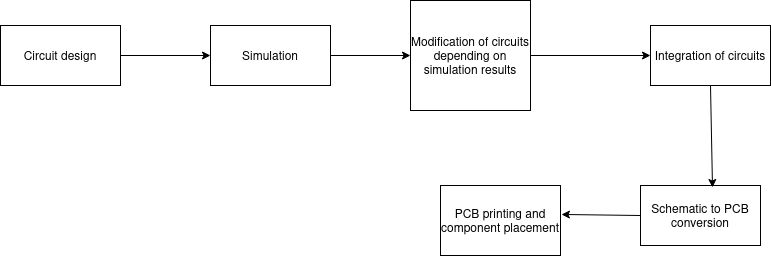
This is Untitled_Diagram.drawio.png from achieng65/alx-system_engineering-devops, a draw.io export, as it was before one commit. Source tidied: cells renumbered, new cells last; positions are measured from the earlier drawing's top-left corner, leaving out a move shared by most shapes.
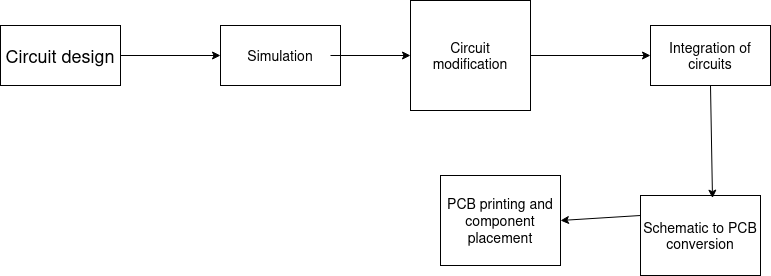
Later version of the same file.

Diff of the diagram source:
```diff
@@ -2,17 +2,17 @@
   <root>
     <mxCell id="0" />
     <mxCell id="1" parent="0" />
-    <mxCell id="2" value="Circuit design" style="rounded=0;whiteSpace=wrap;html=1;" parent="1" vertex="1">
+    <mxCell id="2" value="&lt;font style=&quot;font-size: 18px;&quot;&gt;Circuit design&lt;/font&gt;" style="rounded=0;whiteSpace=wrap;html=1;" parent="1" vertex="1">
       <mxGeometry y="25" width="120" height="60" as="geometry" />
     </mxCell>
-    <mxCell id="3" value="Simulation" style="rounded=0;whiteSpace=wrap;html=1;" parent="1" vertex="1">
-      <mxGeometry x="210" y="25" width="120" height="60" as="geometry" />
+    <mxCell id="3" value="&lt;font style=&quot;font-size: 14px;&quot;&gt;Simulation&lt;/font&gt;" style="rounded=0;whiteSpace=wrap;html=1;" parent="1" vertex="1">
+      <mxGeometry x="220" y="25" width="120" height="60" as="geometry" />
     </mxCell>
-    <mxCell id="4" value="Modification of circuits depending on simulation results" style="rounded=0;whiteSpace=wrap;html=1;" parent="1" vertex="1">
+    <mxCell id="4" value="&lt;font style=&quot;font-size: 14px;&quot;&gt;Circuit modification&lt;/font&gt;" style="rounded=0;whiteSpace=wrap;html=1;" parent="1" vertex="1">
       <mxGeometry x="410" width="120" height="110" as="geometry" />
     </mxCell>
-    <mxCell id="5" value="Schematic to PCB conversion" style="rounded=0;whiteSpace=wrap;html=1;" parent="1" vertex="1">
-      <mxGeometry x="640" y="185" width="120" height="60" as="geometry" />
+    <mxCell id="5" value="&lt;font style=&quot;font-size: 14px;&quot;&gt;Schematic to PCB conversion&lt;/font&gt;" style="rounded=0;whiteSpace=wrap;html=1;" parent="1" vertex="1">
+      <mxGeometry x="640" y="195" width="120" height="80" as="geometry" />
     </mxCell>
     <mxCell id="6" style="endArrow=classic;html=1;rounded=0;entryX=0;entryY=0.5;entryDx=0;entryDy=0;" parent="1" edge="1" target="3">
       <mxGeometry relative="1" as="geometry">
@@ -29,10 +29,10 @@
         <mxPoint x="530" y="55" as="sourcePoint" />
       </mxGeometry>
     </mxCell>
-    <mxCell id="9" value="PCB printing and component placement" style="rounded=0;whiteSpace=wrap;html=1;" parent="1" vertex="1">
-      <mxGeometry x="440" y="185" width="120" height="70" as="geometry" />
+    <mxCell id="9" value="&lt;font style=&quot;font-size: 14px;&quot;&gt;PCB printing and component placement&lt;/font&gt;" style="rounded=0;whiteSpace=wrap;html=1;" parent="1" vertex="1">
+      <mxGeometry x="440" y="175" width="120" height="90" as="geometry" />
     </mxCell>
-    <mxCell id="10" value="Integration of circuits" style="rounded=0;whiteSpace=wrap;html=1;" parent="1" vertex="1">
+    <mxCell id="10" value="&lt;font style=&quot;font-size: 14px;&quot;&gt;Integration of circuits&lt;/font&gt;" style="rounded=0;whiteSpace=wrap;html=1;" parent="1" vertex="1">
       <mxGeometry x="650" y="25" width="120" height="60" as="geometry" />
     </mxCell>
     <mxCell id="11" style="endArrow=classic;html=1;rounded=0;entryX=0.6;entryY=0.033;entryDx=0;entryDy=0;entryPerimeter=0;" parent="1" edge="1" target="5">
@@ -40,7 +40,7 @@
         <mxPoint x="710" y="85" as="sourcePoint" />
       </mxGeometry>
     </mxCell>
-    <mxCell id="12" style="endArrow=classic;html=1;rounded=0;entryX=1.008;entryY=0.414;entryDx=0;entryDy=0;entryPerimeter=0;exitX=0;exitY=0.5;exitDx=0;exitDy=0;" parent="1" edge="1" source="5" target="9">
+    <mxCell id="12" style="endArrow=classic;html=1;rounded=0;entryX=1;entryY=0.5;entryDx=0;entryDy=0;exitX=0;exitY=0.25;exitDx=0;exitDy=0;" parent="1" edge="1" source="5" target="9">
       <mxGeometry relative="1" as="geometry" />
     </mxCell>
   </root>
```
